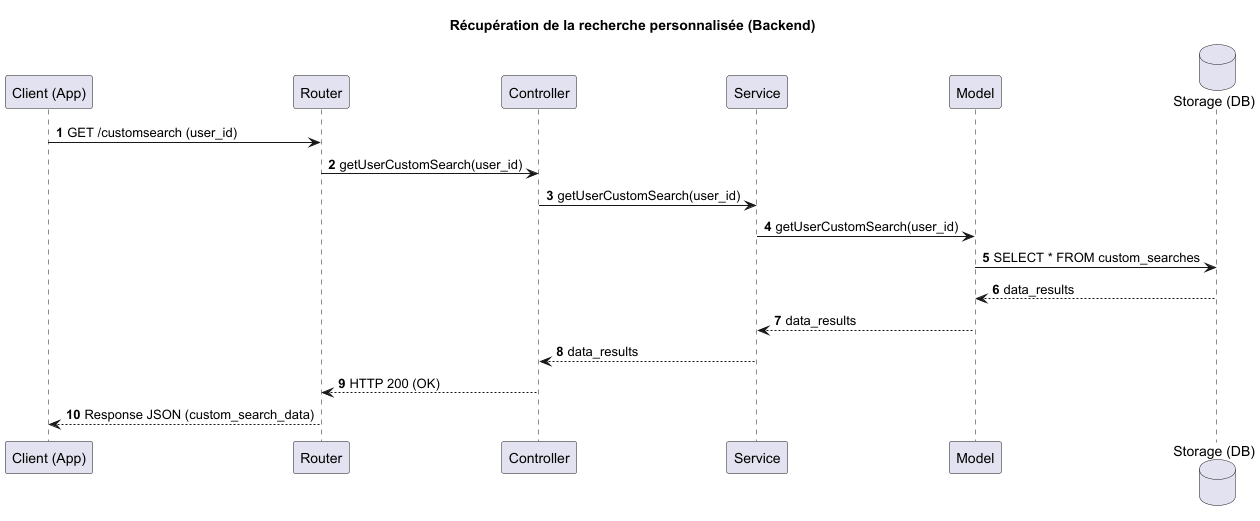
The PlantUML diagram docs/UML/search-history-get-diagram-Récupération_de_la_recherche_personnalisée__Backend_.png in TPI2026-NewsGenerator/NewsGenerator-Backend, before a commit. The source it was exported from:
```plantuml
@startuml
title Récupération de la recherche personnalisée (Backend)
autonumber

participant "Client (App)" as Client
participant "Router" as Router
participant "Controller" as Controller
participant "Service" as Service
participant "Model" as Model
database "Storage (DB)" as Storage


Client -> Router : GET /customsearch (user_id)
Router -> Controller : getUserCustomSearch(user_id)
Controller -> Service : getUserCustomSearch(user_id)
Service -> Model : getUserCustomSearch(user_id)
Model -> Storage : SELECT * FROM custom_searches
Storage --> Model : data_results
Model --> Service : data_results
Service --> Controller : data_results
Controller --> Router : HTTP 200 (OK)
Router --> Client : Response JSON (custom_search_data)

@enduml
```
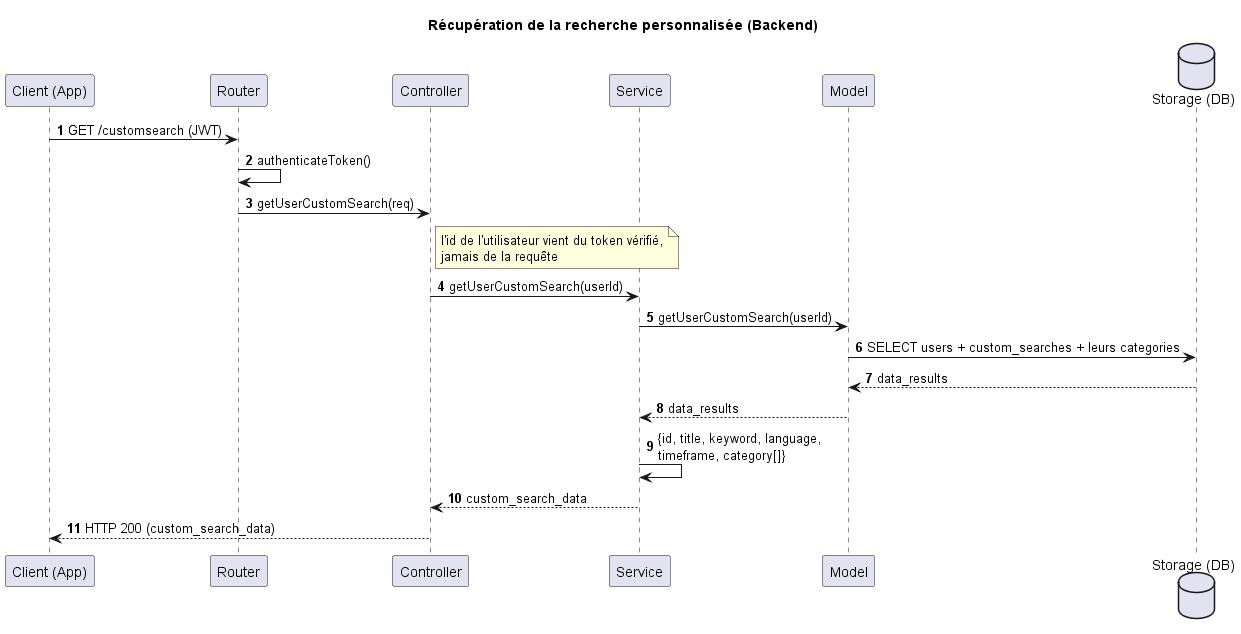
The same diagram one commit later.

The edit, as a diff of the source:
```diff
@@ -10,15 +10,17 @@
 database "Storage (DB)" as Storage
 
 
-Client -> Router : GET /customsearch (user_id)
-Router -> Controller : getUserCustomSearch(user_id)
-Controller -> Service : getUserCustomSearch(user_id)
-Service -> Model : getUserCustomSearch(user_id)
-Model -> Storage : SELECT * FROM custom_searches
+Client -> Router : GET /customsearch (JWT)
+Router -> Router : authenticateToken()
+Router -> Controller : getUserCustomSearch(req)
+note right of Controller : l'id de l'utilisateur vient du token vérifié,\njamais de la requête
+Controller -> Service : getUserCustomSearch(userId)
+Service -> Model : getUserCustomSearch(userId)
+Model -> Storage : SELECT users + custom_searches + leurs categories
 Storage --> Model : data_results
 Model --> Service : data_results
-Service --> Controller : data_results
-Controller --> Router : HTTP 200 (OK)
-Router --> Client : Response JSON (custom_search_data)
+Service -> Service : {id, title, keyword, language,\ntimeframe, category[]}
+Service --> Controller : custom_search_data
+Controller --> Client : HTTP 200 (custom_search_data)
 
 @enduml
```
